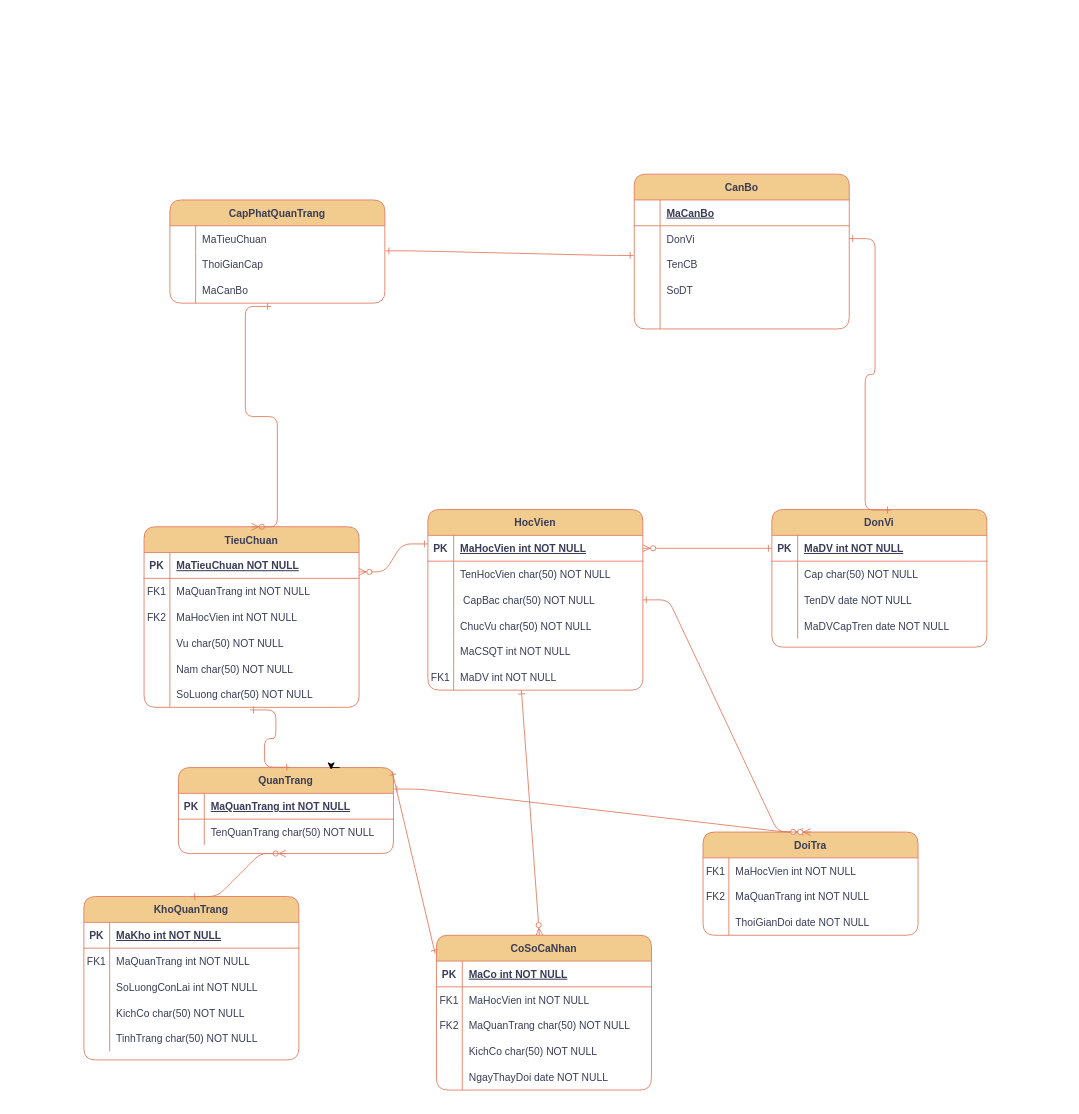
The draw.io diagram Biểu đồ không có tiêu đề.drawio in ducfa123/QuanLyThongTinVaLyLichCanBo, before the edit. Source tidied: cells renumbered, new cells numbered last; positions are measured from the earlier drawing's top-left corner, leaving out a move shared by most shapes. Both pictures are drawn from the tidied source at 86%, with x=0, y=0 at pixel (83, 174).
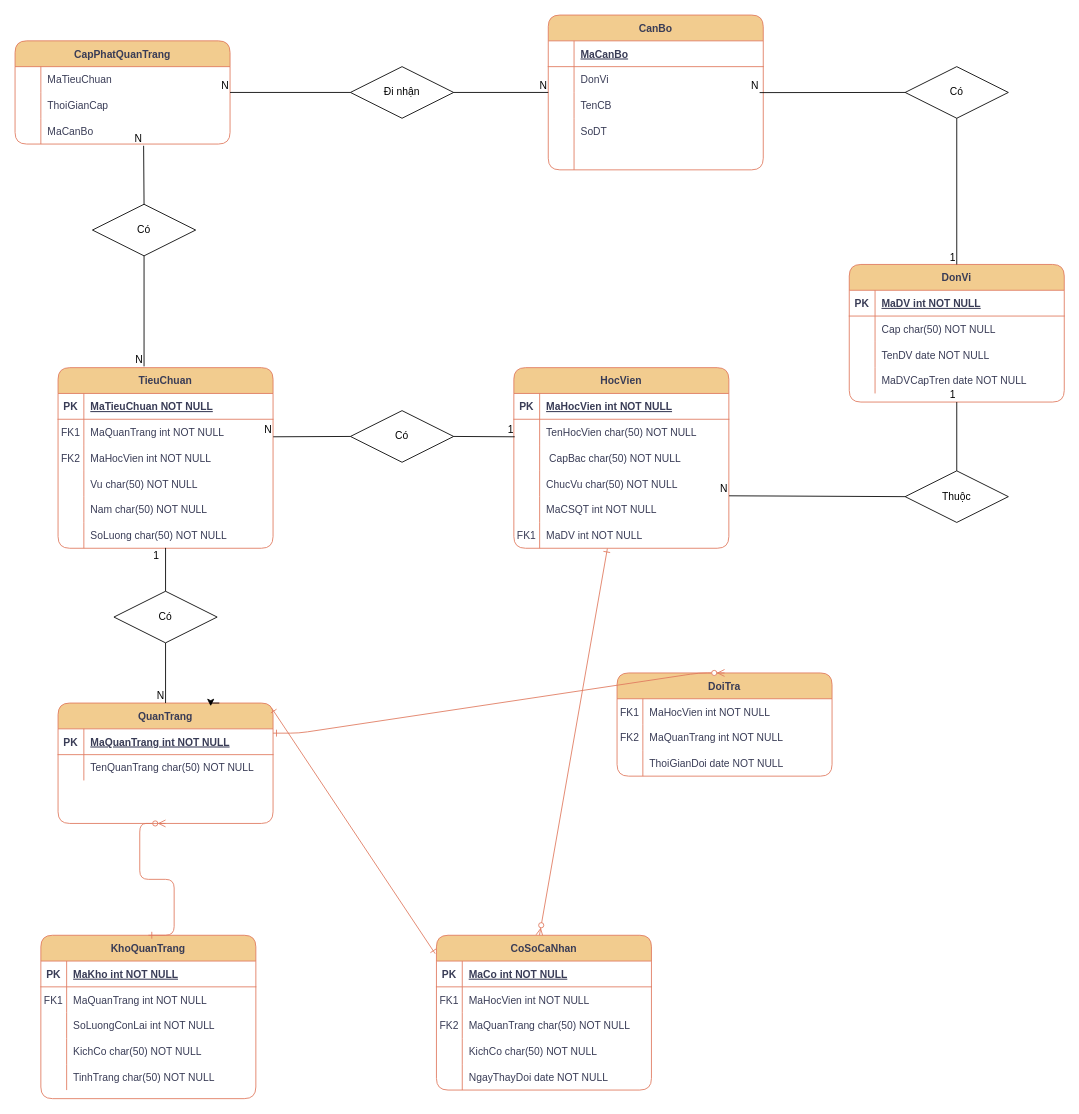
The same page after the edit.

Commit message:
Cập nhật Biểu đồ không có tiêu đề.drawio

The change refers to these unchanged cells:
```xml
<mxCell id="3" style="shape=partialRectangle;fillColor=none;points=[[0,0.5],[1,0.5]];portConstraint=eastwest;top=0;left=0;right=0;bottom=1;labelBackgroundColor=none;strokeColor=#E07A5F;fontColor=#393C56;rounded=1;" parent="2" vertex="1">
  <mxGeometry y="30" width="250" height="30" as="geometry" />
</mxCell>
<mxCell id="17" style="shape=partialRectangle;fillColor=none;points=[[0,0.5],[1,0.5]];portConstraint=eastwest;top=0;left=0;right=0;bottom=1;labelBackgroundColor=none;strokeColor=#E07A5F;fontColor=#393C56;rounded=1;" parent="16" vertex="1">
  <mxGeometry y="30" width="250" height="30" as="geometry" />
</mxCell>
<mxCell id="20" style="shape=partialRectangle;fillColor=none;points=[[0,0.5],[1,0.5]];portConstraint=eastwest;top=0;left=0;right=0;bottom=0;labelBackgroundColor=none;strokeColor=#E07A5F;fontColor=#393C56;rounded=1;" parent="16" vertex="1">
  <mxGeometry y="60" width="250" height="30" as="geometry" />
</mxCell>
<mxCell id="23" style="shape=partialRectangle;fillColor=none;points=[[0,0.5],[1,0.5]];portConstraint=eastwest;top=0;left=0;right=0;bottom=0;labelBackgroundColor=none;strokeColor=#E07A5F;fontColor=#393C56;rounded=1;" parent="16" vertex="1">
  <mxGeometry y="90" width="250" height="30" as="geometry" />
</mxCell>
<mxCell id="29" style="shape=partialRectangle;fillColor=none;points=[[0,0.5],[1,0.5]];portConstraint=eastwest;top=0;left=0;right=0;bottom=0;labelBackgroundColor=none;strokeColor=#E07A5F;fontColor=#393C56;rounded=1;" parent="16" vertex="1">
  <mxGeometry y="150" width="250" height="30" as="geometry" />
</mxCell>
<mxCell id="89" style="shape=partialRectangle;fillColor=none;points=[[0,0.5],[1,0.5]];portConstraint=eastwest;top=0;left=0;right=0;bottom=0;labelBackgroundColor=none;strokeColor=#E07A5F;fontColor=#393C56;rounded=1;" parent="85" vertex="1">
  <mxGeometry y="60" width="250" height="30" as="geometry" />
</mxCell>
<mxCell id="101" style="shape=partialRectangle;fillColor=none;points=[[0,0.5],[1,0.5]];portConstraint=eastwest;top=0;left=0;right=0;bottom=0;labelBackgroundColor=none;strokeColor=#E07A5F;fontColor=#393C56;rounded=1;" parent="85" vertex="1">
  <mxGeometry y="180" width="250" height="30" as="geometry" />
</mxCell>
<mxCell id="112" style="shape=partialRectangle;fillColor=none;points=[[0,0.5],[1,0.5]];portConstraint=eastwest;top=0;left=0;right=0;bottom=0;labelBackgroundColor=none;strokeColor=#E07A5F;fontColor=#393C56;rounded=1;" parent="108" vertex="1">
  <mxGeometry y="60" width="250" height="30" as="geometry" />
</mxCell>
<mxCell id="115" style="shape=partialRectangle;fillColor=none;points=[[0,0.5],[1,0.5]];portConstraint=eastwest;top=0;left=0;right=0;bottom=0;labelBackgroundColor=none;strokeColor=#E07A5F;fontColor=#393C56;rounded=1;" parent="108" vertex="1">
  <mxGeometry y="90" width="250" height="30" as="geometry" />
</mxCell>
<mxCell id="122" style="shape=partialRectangle;fillColor=none;points=[[0,0.5],[1,0.5]];portConstraint=eastwest;top=0;left=0;right=0;bottom=0;labelBackgroundColor=none;strokeColor=#E07A5F;fontColor=#393C56;rounded=1;" parent="118" vertex="1">
  <mxGeometry y="60" width="250" height="30" as="geometry" />
</mxCell>
<mxCell id="125" style="shape=partialRectangle;fillColor=none;points=[[0,0.5],[1,0.5]];portConstraint=eastwest;top=0;left=0;right=0;bottom=0;labelBackgroundColor=none;strokeColor=#E07A5F;fontColor=#393C56;rounded=1;" parent="118" vertex="1">
  <mxGeometry y="90" width="250" height="30" as="geometry" />
</mxCell>
```

The edit, as a diff of the source:
```diff
@@
     <mxCell id="2" value="DonVi" style="shape=table;startSize=30;childLayout=tableLayout;rowLines=0;fontStyle=1;align=center;labelBackgroundColor=none;fillColor=#F2CC8F;strokeColor=#E07A5F;fontColor=#393C56;rounded=1;" parent="1" vertex="1">
-      <mxGeometry x="800" y="390" width="250" height="160" as="geometry" />
+      <mxGeometry x="890" y="105" width="250" height="160" as="geometry" />
     </mxCell>
@@
-    <mxCell id="15" style="edgeStyle=entityRelationEdgeStyle;endArrow=ERzeroToMany;startArrow=ERone;endFill=1;startFill=0;entryX=1;entryY=0.5;entryDx=0;entryDy=0;exitX=0;exitY=0.5;exitDx=0;exitDy=0;labelBackgroundColor=none;strokeColor=#E07A5F;fontColor=default;" parent="1" edge="1" source="3" target="17">
-      <mxGeometry relative="1" as="geometry" />
-    </mxCell>
     <mxCell id="16" value="HocVien" style="shape=table;startSize=30;childLayout=tableLayout;rowLines=0;fontStyle=1;align=center;labelBackgroundColor=none;fillColor=#F2CC8F;strokeColor=#E07A5F;fontColor=#393C56;rounded=1;" parent="1" vertex="1">
-      <mxGeometry x="400" y="390" width="250" height="210" as="geometry" />
+      <mxGeometry x="500" y="225" width="250" height="210" as="geometry" />
     </mxCell>
@@
     <mxCell id="35" value="KhoQuanTrang" style="shape=table;startSize=30;childLayout=tableLayout;rowLines=0;fontStyle=1;align=center;labelBackgroundColor=none;fillColor=#F2CC8F;strokeColor=#E07A5F;fontColor=#393C56;rounded=1;" parent="1" vertex="1">
-      <mxGeometry y="840" width="250" height="190" as="geometry" />
+      <mxGeometry x="-50" y="885" width="250" height="190" as="geometry" />
     </mxCell>
@@
     <mxCell id="51" value="QuanTrang" style="shape=table;startSize=30;childLayout=tableLayout;rowLines=0;fontStyle=1;align=center;labelBackgroundColor=none;fillColor=#F2CC8F;strokeColor=#E07A5F;fontColor=#393C56;rounded=1;" parent="1" vertex="1">
-      <mxGeometry x="110" y="690" width="250" height="100" as="geometry" />
+      <mxGeometry x="-30" y="615" width="250" height="140" as="geometry" />
     </mxCell>
@@
     <mxCell id="85" value="TieuChuan" style="shape=table;startSize=30;childLayout=tableLayout;rowLines=0;fontStyle=1;align=center;labelBackgroundColor=none;fillColor=#F2CC8F;strokeColor=#E07A5F;fontColor=#393C56;rounded=1;" parent="1" vertex="1">
-      <mxGeometry x="70" y="410" width="250" height="210" as="geometry" />
+      <mxGeometry x="-30" y="225" width="250" height="210" as="geometry" />
     </mxCell>
@@
-    <mxCell id="104" style="edgeStyle=entityRelationEdgeStyle;endArrow=ERzeroToMany;startArrow=ERone;endFill=1;startFill=0;entryX=1;entryY=0.25;entryDx=0;entryDy=0;exitX=0;exitY=0.333;exitDx=0;exitDy=0;labelBackgroundColor=none;strokeColor=#E07A5F;fontColor=default;exitPerimeter=0;" parent="1" edge="1" source="17" target="85">
-      <mxGeometry relative="1" as="geometry">
-        <Array as="points">
-          <mxPoint x="440" y="680" />
-          <mxPoint x="410.8" y="810.8" />
-          <mxPoint x="570" y="720" />
-          <mxPoint x="485" y="740" />
-        </Array>
-      </mxGeometry>
-    </mxCell>
-    <mxCell id="105" style="edgeStyle=entityRelationEdgeStyle;endArrow=ERone;startArrow=ERone;endFill=0;startFill=0;entryX=0.493;entryY=1.1;entryDx=0;entryDy=0;exitX=0.52;exitY=-0.004;exitDx=0;exitDy=0;labelBackgroundColor=none;strokeColor=#E07A5F;fontColor=default;exitPerimeter=0;entryPerimeter=0;" parent="1" edge="1" source="51" target="101">
-      <mxGeometry relative="1" as="geometry">
-        <Array as="points">
-          <mxPoint x="450" y="690" />
-          <mxPoint x="420.8" y="820.8" />
-          <mxPoint x="360" y="630" />
-          <mxPoint x="580" y="730" />
-          <mxPoint x="350" y="630" />
-          <mxPoint x="495" y="750" />
-        </Array>
-      </mxGeometry>
-    </mxCell>
@@
     <mxCell id="107" style="edgeStyle=entityRelationEdgeStyle;endArrow=ERone;startArrow=ERzeroToMany;endFill=0;startFill=0;entryX=0.5;entryY=0;entryDx=0;entryDy=0;exitX=0.5;exitY=1;exitDx=0;exitDy=0;labelBackgroundColor=none;strokeColor=#E07A5F;fontColor=default;" parent="1" edge="1" source="51" target="35">
       <mxGeometry relative="1" as="geometry">
         <Array as="points">
-          <mxPoint x="470" y="710" />
-          <mxPoint x="330" y="704" />
-          <mxPoint x="300" y="820" />
-          <mxPoint x="440.8" y="840.8" />
-          <mxPoint x="380" y="650" />
-          <mxPoint x="600" y="750" />
-          <mxPoint x="370" y="650" />
-          <mxPoint x="515" y="770" />
+          <mxPoint x="370" y="525" />
+          <mxPoint x="230" y="519" />
+          <mxPoint x="200" y="635" />
+          <mxPoint x="340.8" y="655.8" />
+          <mxPoint x="280" y="465" />
+          <mxPoint x="500" y="565" />
+          <mxPoint x="270" y="465" />
+          <mxPoint x="415" y="585" />
         </Array>
       </mxGeometry>
     </mxCell>
     <mxCell id="108" value="CapPhatQuanTrang" style="shape=table;startSize=30;childLayout=tableLayout;rowLines=0;fontStyle=1;align=center;labelBackgroundColor=none;fillColor=#F2CC8F;strokeColor=#E07A5F;fontColor=#393C56;rounded=1;" parent="1" vertex="1">
-      <mxGeometry x="100" y="30" width="250" height="120" as="geometry" />
+      <mxGeometry x="-80" y="-155" width="250" height="120" as="geometry" />
     </mxCell>
@@
     <mxCell id="118" value="CanBo" style="shape=table;startSize=30;childLayout=tableLayout;rowLines=0;fontStyle=1;align=center;labelBackgroundColor=none;fillColor=#F2CC8F;strokeColor=#E07A5F;fontColor=#393C56;rounded=1;" parent="1" vertex="1">
-      <mxGeometry x="640" width="250" height="180" as="geometry" />
+      <mxGeometry x="540" y="-185" width="250" height="180" as="geometry" />
     </mxCell>
@@
-    <mxCell id="134" style="edgeStyle=entityRelationEdgeStyle;endArrow=ERone;startArrow=ERone;endFill=0;startFill=0;entryX=1;entryY=0.5;entryDx=0;entryDy=0;exitX=0.554;exitY=0.004;exitDx=0;exitDy=0;labelBackgroundColor=none;strokeColor=#E07A5F;fontColor=default;exitPerimeter=0;" parent="1" edge="1" source="2" target="122">
-      <mxGeometry relative="1" as="geometry" />
-    </mxCell>
-    <mxCell id="135" style="edgeStyle=entityRelationEdgeStyle;endArrow=ERone;startArrow=ERone;endFill=0;startFill=0;entryX=1.003;entryY=-0.028;entryDx=0;entryDy=0;exitX=-0.003;exitY=0.151;exitDx=0;exitDy=0;labelBackgroundColor=none;strokeColor=#E07A5F;fontColor=default;exitPerimeter=0;entryPerimeter=0;" parent="1" edge="1" source="125" target="112">
-      <mxGeometry relative="1" as="geometry" />
-    </mxCell>
-    <mxCell id="136" style="edgeStyle=entityRelationEdgeStyle;endArrow=ERzeroToMany;startArrow=ERone;endFill=0;startFill=0;entryX=0.5;entryY=0;entryDx=0;entryDy=0;exitX=0.471;exitY=1.126;exitDx=0;exitDy=0;labelBackgroundColor=none;strokeColor=#E07A5F;fontColor=default;exitPerimeter=0;" parent="1" edge="1" source="115" target="85">
-      <mxGeometry relative="1" as="geometry" />
-    </mxCell>
     <mxCell id="137" value="DoiTra" style="shape=table;startSize=30;childLayout=tableLayout;rowLines=0;fontStyle=1;align=center;labelBackgroundColor=none;fillColor=#F2CC8F;strokeColor=#E07A5F;fontColor=#393C56;rounded=1;" parent="1" vertex="1">
-      <mxGeometry x="720" y="765" width="250" height="120" as="geometry" />
+      <mxGeometry x="620" y="580" width="250" height="120" as="geometry" />
     </mxCell>
@@
-    <mxCell id="148" style="edgeStyle=entityRelationEdgeStyle;endArrow=ERzeroToMany;startArrow=ERone;endFill=1;startFill=0;exitX=1;exitY=0.5;exitDx=0;exitDy=0;labelBackgroundColor=none;strokeColor=#E07A5F;fontColor=default;entryX=0.467;entryY=-0.002;entryDx=0;entryDy=0;entryPerimeter=0;" parent="1" edge="1" source="23" target="137">
-      <mxGeometry relative="1" as="geometry">
-        <Array as="points">
-          <mxPoint x="799.8" y="605" />
-          <mxPoint x="809.8" y="585" />
-          <mxPoint x="929.8" y="645" />
-        </Array>
-      </mxGeometry>
-    </mxCell>
     <mxCell id="149" style="edgeStyle=entityRelationEdgeStyle;endArrow=ERzeroToMany;startArrow=ERone;endFill=1;startFill=0;exitX=1;exitY=0.25;exitDx=0;exitDy=0;labelBackgroundColor=none;strokeColor=#E07A5F;fontColor=default;entryX=0.5;entryY=0;entryDx=0;entryDy=0;" parent="1" edge="1" source="51" target="137">
       <mxGeometry relative="1" as="geometry">
         <Array as="points">
-          <mxPoint x="809.8" y="615" />
-          <mxPoint x="819.8" y="595" />
-          <mxPoint x="860" y="690" />
-          <mxPoint x="939.8" y="655" />
+          <mxPoint x="709.8" y="430" />
+          <mxPoint x="719.8" y="410" />
+          <mxPoint x="760" y="505" />
+          <mxPoint x="839.8" y="470" />
         </Array>
       </mxGeometry>
     </mxCell>
+    <mxCell id="150" value="Đi nhận" style="shape=rhombus;perimeter=rhombusPerimeter;whiteSpace=wrap;html=1;align=center;" parent="1" vertex="1">
+      <mxGeometry x="310" y="-125" width="120" height="60" as="geometry" />
+    </mxCell>
+    <mxCell id="151" style="endArrow=none;html=1;rounded=0;exitX=1;exitY=0.5;exitDx=0;exitDy=0;" parent="1" edge="1" source="150">
+      <mxGeometry relative="1" as="geometry">
+        <mxPoint x="540" y="-95" as="targetPoint" />
+      </mxGeometry>
+    </mxCell>
+    <mxCell id="152" value="N" style="html=1;whiteSpace=wrap;align=right;verticalAlign=bottom;" parent="151" vertex="1">
+      <mxGeometry x="1" relative="1" as="geometry" />
+    </mxCell>
+    <mxCell id="153" style="endArrow=none;html=1;rounded=0;exitX=0;exitY=0.5;exitDx=0;exitDy=0;" parent="1" edge="1" source="150">
+      <mxGeometry relative="1" as="geometry">
+        <mxPoint x="170" y="-95" as="targetPoint" />
+      </mxGeometry>
+    </mxCell>
+    <mxCell id="154" value="N" style="html=1;whiteSpace=wrap;align=right;verticalAlign=bottom;" parent="153" vertex="1">
+      <mxGeometry x="1" relative="1" as="geometry" />
+    </mxCell>
+    <mxCell id="155" value="Có" style="shape=rhombus;perimeter=rhombusPerimeter;whiteSpace=wrap;html=1;align=center;" parent="1" vertex="1">
+      <mxGeometry x="10" y="35" width="120" height="60" as="geometry" />
+    </mxCell>
+    <mxCell id="156" style="endArrow=none;html=1;rounded=0;exitX=0.5;exitY=0;exitDx=0;exitDy=0;entryX=0.598;entryY=1.067;entryDx=0;entryDy=0;entryPerimeter=0;" parent="1" edge="1" source="155" target="115">
+      <mxGeometry relative="1" as="geometry" />
+    </mxCell>
+    <mxCell id="157" value="N" style="html=1;whiteSpace=wrap;align=right;verticalAlign=bottom;" parent="156" vertex="1">
+      <mxGeometry x="1" relative="1" as="geometry" />
+    </mxCell>
+    <mxCell id="158" style="endArrow=none;html=1;rounded=0;exitX=0.5;exitY=1;exitDx=0;exitDy=0;entryX=0.4;entryY=-0.007;entryDx=0;entryDy=0;entryPerimeter=0;" parent="1" edge="1" source="155" target="85">
+      <mxGeometry relative="1" as="geometry" />
+    </mxCell>
+    <mxCell id="159" value="N" style="html=1;whiteSpace=wrap;align=right;verticalAlign=bottom;" parent="158" vertex="1">
+      <mxGeometry x="1" relative="1" as="geometry" />
+    </mxCell>
+    <mxCell id="160" value="Có" style="shape=rhombus;perimeter=rhombusPerimeter;whiteSpace=wrap;html=1;align=center;" parent="1" vertex="1">
+      <mxGeometry x="310" y="275" width="120" height="60" as="geometry" />
+    </mxCell>
+    <mxCell id="161" style="endArrow=none;html=1;rounded=0;exitX=0;exitY=0.5;exitDx=0;exitDy=0;entryX=1.001;entryY=0.68;entryDx=0;entryDy=0;entryPerimeter=0;" parent="1" edge="1" source="160" target="89">
+      <mxGeometry relative="1" as="geometry" />
+    </mxCell>
+    <mxCell id="162" value="N" style="html=1;whiteSpace=wrap;align=right;verticalAlign=bottom;" parent="161" vertex="1">
+      <mxGeometry x="1" relative="1" as="geometry" />
+    </mxCell>
+    <mxCell id="163" style="endArrow=none;html=1;rounded=0;entryX=0.004;entryY=0.68;entryDx=0;entryDy=0;entryPerimeter=0;exitX=1;exitY=0.5;exitDx=0;exitDy=0;" parent="1" edge="1" source="160" target="20">
+      <mxGeometry relative="1" as="geometry" />
+    </mxCell>
+    <mxCell id="164" value="1" style="html=1;whiteSpace=wrap;align=right;verticalAlign=bottom;" parent="163" vertex="1">
+      <mxGeometry x="1" relative="1" as="geometry" />
+    </mxCell>
+    <mxCell id="165" value="Thuộc" style="shape=rhombus;perimeter=rhombusPerimeter;whiteSpace=wrap;html=1;align=center;" parent="1" vertex="1">
+      <mxGeometry x="955" y="345" width="120" height="60" as="geometry" />
+    </mxCell>
+    <mxCell id="166" style="endArrow=none;html=1;rounded=0;exitX=0;exitY=0.5;exitDx=0;exitDy=0;entryX=1.001;entryY=-0.033;entryDx=0;entryDy=0;entryPerimeter=0;" parent="1" edge="1" source="165" target="29">
+      <mxGeometry relative="1" as="geometry" />
+    </mxCell>
+    <mxCell id="167" value="N" style="html=1;whiteSpace=wrap;align=right;verticalAlign=bottom;" parent="166" vertex="1">
+      <mxGeometry x="1" relative="1" as="geometry" />
+    </mxCell>
+    <mxCell id="168" style="endArrow=none;html=1;rounded=0;exitX=0.5;exitY=0;exitDx=0;exitDy=0;entryX=0.5;entryY=1;entryDx=0;entryDy=0;" parent="1" edge="1" source="165" target="2">
+      <mxGeometry relative="1" as="geometry" />
+    </mxCell>
+    <mxCell id="169" value="1" style="html=1;whiteSpace=wrap;align=right;verticalAlign=bottom;" parent="168" vertex="1">
+      <mxGeometry x="1" relative="1" as="geometry" />
+    </mxCell>
+    <mxCell id="170" value="Có" style="shape=rhombus;perimeter=rhombusPerimeter;whiteSpace=wrap;html=1;align=center;" parent="1" vertex="1">
+      <mxGeometry x="955" y="-125" width="120" height="60" as="geometry" />
+    </mxCell>
+    <mxCell id="171" style="endArrow=none;html=1;rounded=0;exitX=0.5;exitY=1;exitDx=0;exitDy=0;entryX=0.5;entryY=0;entryDx=0;entryDy=0;" parent="1" edge="1" source="170" target="2">
+      <mxGeometry relative="1" as="geometry" />
+    </mxCell>
+    <mxCell id="172" value="1" style="html=1;whiteSpace=wrap;align=right;verticalAlign=bottom;" parent="171" vertex="1">
+      <mxGeometry x="1" relative="1" as="geometry" />
+    </mxCell>
+    <mxCell id="173" style="endArrow=none;html=1;rounded=0;exitX=0;exitY=0.5;exitDx=0;exitDy=0;entryX=0.983;entryY=0.006;entryDx=0;entryDy=0;entryPerimeter=0;" parent="1" edge="1" source="170" target="125">
+      <mxGeometry relative="1" as="geometry" />
+    </mxCell>
+    <mxCell id="174" value="N" style="html=1;whiteSpace=wrap;align=right;verticalAlign=bottom;" parent="173" vertex="1">
+      <mxGeometry x="1" relative="1" as="geometry" />
+    </mxCell>
+    <mxCell id="175" style="endArrow=none;html=1;rounded=0;entryX=0.5;entryY=0;entryDx=0;entryDy=0;exitX=0.5;exitY=1;exitDx=0;exitDy=0;" parent="1" edge="1" source="177" target="51">
+      <mxGeometry relative="1" as="geometry" />
+    </mxCell>
+    <mxCell id="176" value="N" style="html=1;whiteSpace=wrap;align=right;verticalAlign=bottom;" parent="175" vertex="1">
+      <mxGeometry x="1" relative="1" as="geometry" />
+    </mxCell>
+    <mxCell id="177" value="Có" style="shape=rhombus;perimeter=rhombusPerimeter;whiteSpace=wrap;html=1;align=center;" parent="1" vertex="1">
+      <mxGeometry x="35" y="485" width="120" height="60" as="geometry" />
+    </mxCell>
+    <mxCell id="178" style="endArrow=none;html=1;rounded=0;exitX=0.5;exitY=0;exitDx=0;exitDy=0;entryX=0.5;entryY=0.986;entryDx=0;entryDy=0;entryPerimeter=0;" parent="1" edge="1" source="177" target="101">
+      <mxGeometry relative="1" as="geometry" />
+    </mxCell>
+    <mxCell id="179" value="1" style="html=1;whiteSpace=wrap;align=right;verticalAlign=bottom;rotation=0;" parent="178" vertex="1">
+      <mxGeometry x="1" relative="1" as="geometry">
+        <mxPoint x="-6" y="17" as="offset" />
+      </mxGeometry>
+    </mxCell>
```
